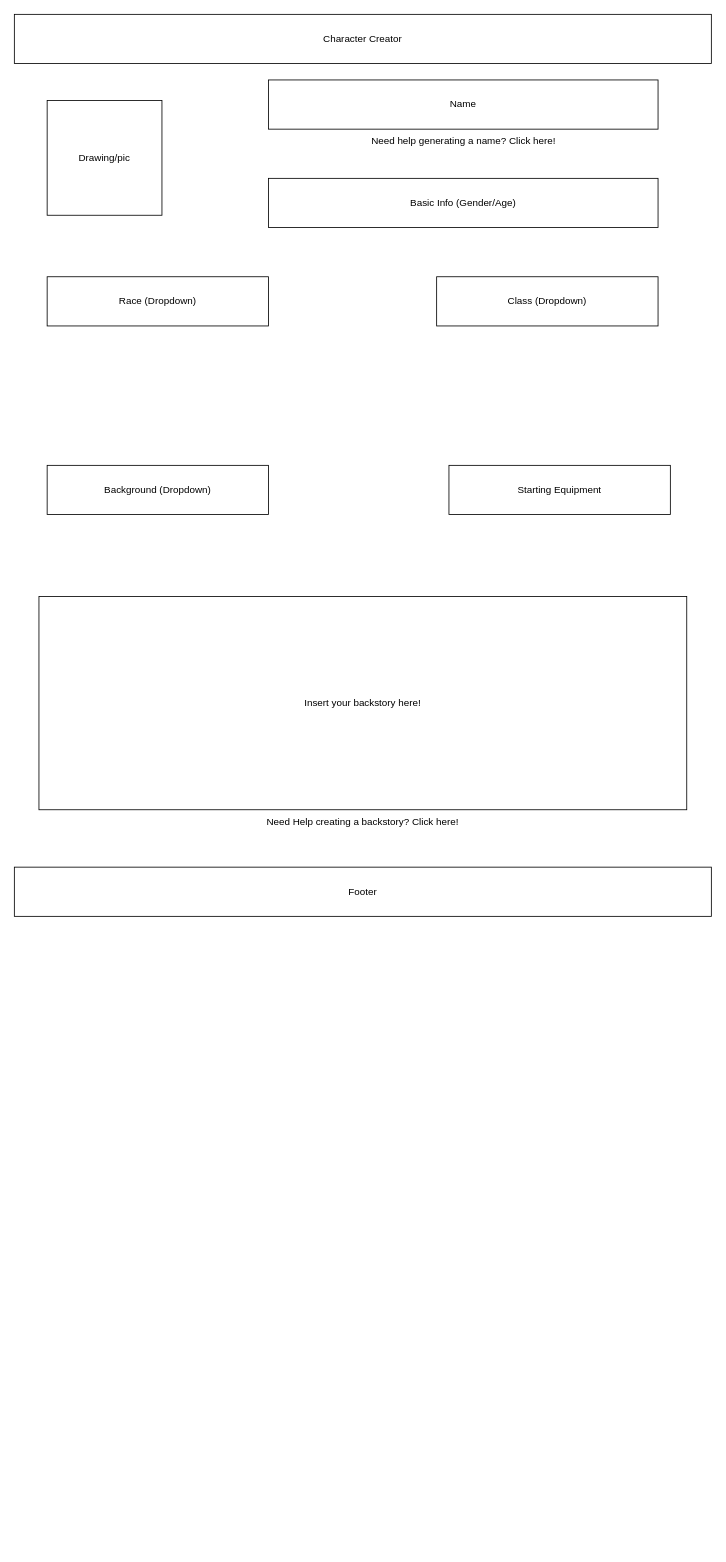
Above: page "Character Creator" (2 of 8) of Diagrams/DND_Main_Screen.drawio in aangus98/DND_Organizer (draw.io), before the change. Source tidied: cells renumbered, new cells numbered last; positions are measured from the earlier drawing's top-left corner, leaving out a move shared by most shapes. Both pictures are drawn from the tidied source at 82%, with x=0, y=0 at pixel (14, 14).
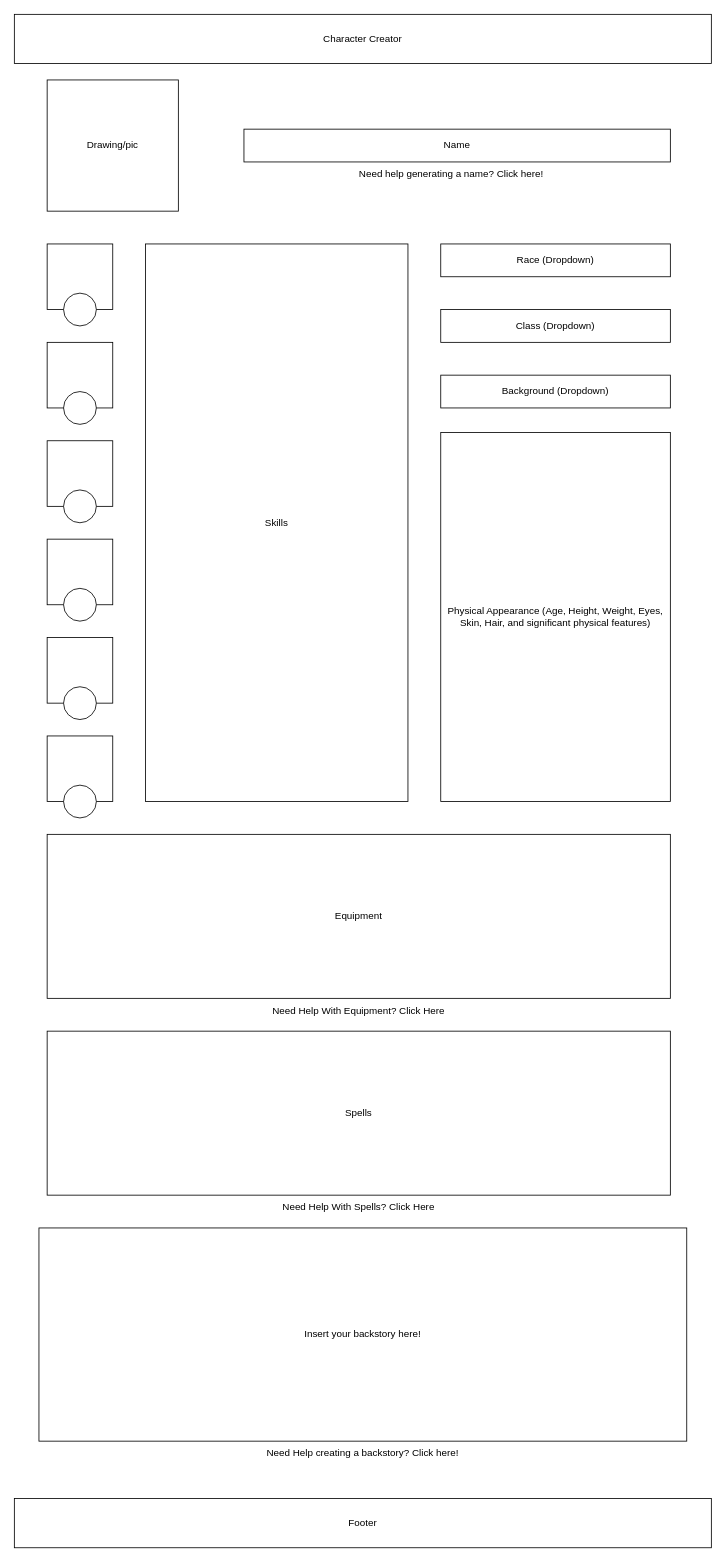
After the change.

Diff of the diagram source:
```diff
@@
     <mxCell id="3" value="Drawing/pic" style="whiteSpace=wrap;html=1;" parent="1" vertex="1">
-      <mxGeometry x="40" y="105" width="140" height="140" as="geometry" />
+      <mxGeometry x="40" y="80" width="160" height="160" as="geometry" />
     </mxCell>
     <mxCell id="4" value="Name" style="rounded=0;whiteSpace=wrap;html=1;" parent="1" vertex="1">
-      <mxGeometry x="310" y="80" width="475" height="60" as="geometry" />
+      <mxGeometry x="280" y="140" width="520" height="40" as="geometry" />
     </mxCell>
-    <mxCell id="5" value="Basic Info (Gender/Age)" style="rounded=0;whiteSpace=wrap;html=1;" parent="1" vertex="1">
-      <mxGeometry x="310" y="200" width="475" height="60" as="geometry" />
-    </mxCell>
     <mxCell id="6" value="Race (Dropdown)" style="rounded=0;whiteSpace=wrap;html=1;" parent="1" vertex="1">
-      <mxGeometry x="40" y="320" width="270" height="60" as="geometry" />
+      <mxGeometry x="520" y="280" width="280" height="40" as="geometry" />
     </mxCell>
     <mxCell id="7" value="Class (Dropdown)" style="rounded=0;whiteSpace=wrap;html=1;" parent="1" vertex="1">
-      <mxGeometry x="515" y="320" width="270" height="60" as="geometry" />
+      <mxGeometry x="520" y="360" width="280" height="40" as="geometry" />
     </mxCell>
     <mxCell id="8" value="Background (Dropdown)" style="rounded=0;whiteSpace=wrap;html=1;" parent="1" vertex="1">
-      <mxGeometry x="40" y="550" width="270" height="60" as="geometry" />
+      <mxGeometry x="520" y="440" width="280" height="40" as="geometry" />
     </mxCell>
-    <mxCell id="9" value="Starting Equipment" style="rounded=0;whiteSpace=wrap;html=1;" parent="1" vertex="1">
-      <mxGeometry x="530" y="550" width="270" height="60" as="geometry" />
-    </mxCell>
     <mxCell id="10" value="Footer" style="rounded=0;whiteSpace=wrap;html=1;" parent="1" vertex="1">
-      <mxGeometry y="1040" width="850" height="60" as="geometry" />
+      <mxGeometry y="1810" width="850" height="60" as="geometry" />
     </mxCell>
     <mxCell id="11" value="Need help generating a name? Click here!" style="text;html=1;align=center;verticalAlign=middle;whiteSpace=wrap;rounded=0;" parent="1" vertex="1">
-      <mxGeometry x="407.5" y="140" width="280" height="30" as="geometry" />
+      <mxGeometry x="392.5" y="180" width="280" height="30" as="geometry" />
     </mxCell>
     <mxCell id="12" value="Need Help creating a backstory? Click here!" style="text;html=1;align=center;verticalAlign=middle;whiteSpace=wrap;rounded=0;" parent="1" vertex="1">
-      <mxGeometry x="245" y="970" width="360" height="30" as="geometry" />
+      <mxGeometry x="245" y="1740" width="360" height="30" as="geometry" />
     </mxCell>
     <mxCell id="13" value="Insert your backstory here!" style="rounded=0;whiteSpace=wrap;html=1;" parent="1" vertex="1">
-      <mxGeometry x="30" y="710" width="790" height="260" as="geometry" />
+      <mxGeometry x="30" y="1480" width="790" height="260" as="geometry" />
     </mxCell>
+    <mxCell id="14" value="Equipment" style="rounded=0;whiteSpace=wrap;html=1;" parent="1" vertex="1">
+      <mxGeometry x="40" y="1000" width="760" height="200" as="geometry" />
+    </mxCell>
+    <mxCell id="15" value="Need Help With Spells? Click Here" style="text;html=1;align=center;verticalAlign=middle;whiteSpace=wrap;rounded=0;" parent="1" vertex="1">
+      <mxGeometry x="220" y="1440" width="400" height="30" as="geometry" />
+    </mxCell>
+    <mxCell id="16" value="Need Help With Equipment? Click Here" style="text;html=1;align=center;verticalAlign=middle;whiteSpace=wrap;rounded=0;" parent="1" vertex="1">
+      <mxGeometry x="220" y="1200" width="400" height="30" as="geometry" />
+    </mxCell>
+    <mxCell id="17" style="whiteSpace=wrap;html=1;" parent="1" vertex="1">
+      <mxGeometry x="40" y="280" width="80" height="80" as="geometry" />
+    </mxCell>
+    <mxCell id="18" style="ellipse;whiteSpace=wrap;html=1;" parent="1" vertex="1">
+      <mxGeometry x="60" y="340" width="40" height="40" as="geometry" />
+    </mxCell>
+    <mxCell id="19" style="whiteSpace=wrap;html=1;" parent="1" vertex="1">
+      <mxGeometry x="40" y="400" width="80" height="80" as="geometry" />
+    </mxCell>
+    <mxCell id="20" style="ellipse;whiteSpace=wrap;html=1;" parent="1" vertex="1">
+      <mxGeometry x="60" y="460" width="40" height="40" as="geometry" />
+    </mxCell>
+    <mxCell id="21" style="whiteSpace=wrap;html=1;" parent="1" vertex="1">
+      <mxGeometry x="40" y="520" width="80" height="80" as="geometry" />
+    </mxCell>
+    <mxCell id="22" style="whiteSpace=wrap;html=1;" parent="1" vertex="1">
+      <mxGeometry x="40" y="640" width="80" height="80" as="geometry" />
+    </mxCell>
+    <mxCell id="23" style="ellipse;whiteSpace=wrap;html=1;" parent="1" vertex="1">
+      <mxGeometry x="60" y="700" width="40" height="40" as="geometry" />
+    </mxCell>
+    <mxCell id="24" style="ellipse;whiteSpace=wrap;html=1;" parent="1" vertex="1">
+      <mxGeometry x="60" y="580" width="40" height="40" as="geometry" />
+    </mxCell>
+    <mxCell id="25" style="whiteSpace=wrap;html=1;" parent="1" vertex="1">
+      <mxGeometry x="40" y="760" width="80" height="80" as="geometry" />
+    </mxCell>
+    <mxCell id="26" style="whiteSpace=wrap;html=1;" parent="1" vertex="1">
+      <mxGeometry x="40" y="880" width="80" height="80" as="geometry" />
+    </mxCell>
+    <mxCell id="27" style="ellipse;whiteSpace=wrap;html=1;" parent="1" vertex="1">
+      <mxGeometry x="60" y="940" width="40" height="40" as="geometry" />
+    </mxCell>
+    <mxCell id="28" style="ellipse;whiteSpace=wrap;html=1;" parent="1" vertex="1">
+      <mxGeometry x="60" y="820" width="40" height="40" as="geometry" />
+    </mxCell>
+    <mxCell id="29" value="Skills" style="rounded=0;whiteSpace=wrap;html=1;" parent="1" vertex="1">
+      <mxGeometry x="160" y="280" width="320" height="680" as="geometry" />
+    </mxCell>
+    <mxCell id="30" value="Physical Appearance (Age, Height, Weight, Eyes, Skin, Hair, and significant physical features)" style="rounded=0;whiteSpace=wrap;html=1;" parent="1" vertex="1">
+      <mxGeometry x="520" y="510" width="280" height="450" as="geometry" />
+    </mxCell>
+    <mxCell id="31" value="Spells" style="rounded=0;whiteSpace=wrap;html=1;" parent="1" vertex="1">
+      <mxGeometry x="40" y="1240" width="760" height="200" as="geometry" />
+    </mxCell>
```
